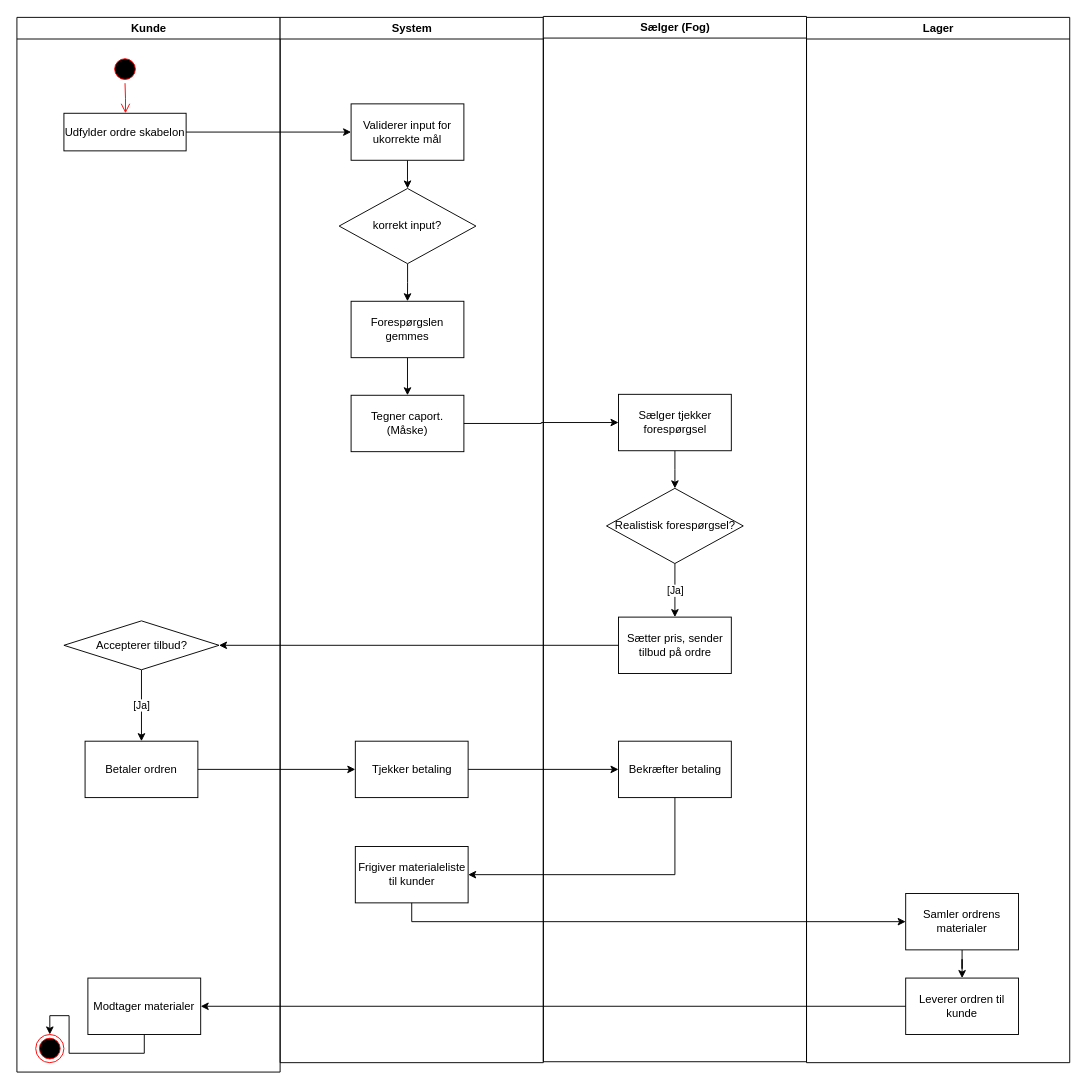
ExTile-crypto/Carport-Cez keeps this draw.io diagram as TO-BEdiagram.drawio. Above is the earlier version. Source tidied: cells renumbered, new cells numbered last; positions are measured from the earlier drawing's top-left corner, leaving out a move shared by most shapes. Both pictures are drawn from the tidied source at 94%, with x=0, y=0 at pixel (16, 16).
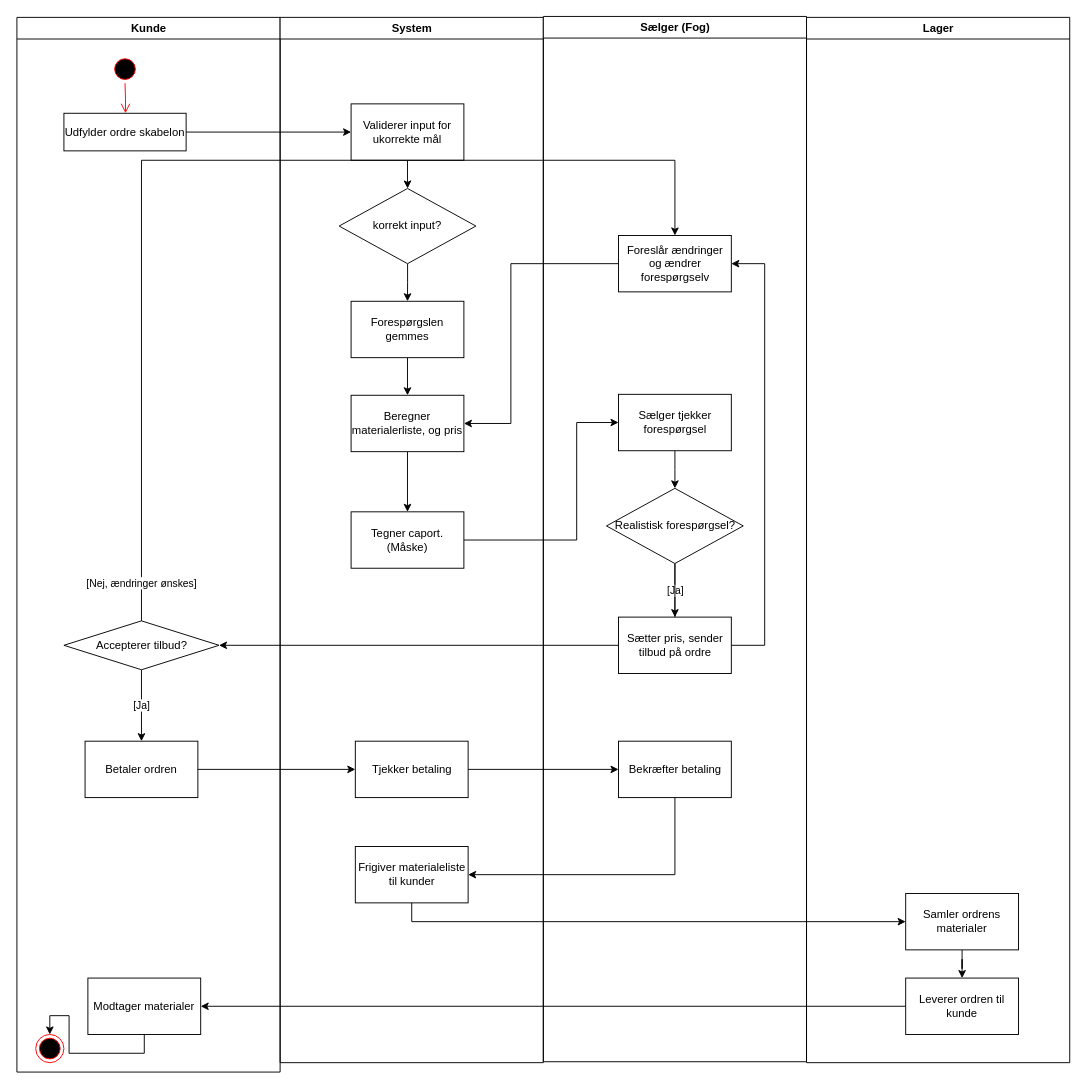
The same page after the edit.

The change refers to these unchanged cells:
```xml
<mxCell id="7" value="Accepterer tilbud?" style="rhombus;whiteSpace=wrap;html=1;shapeInside=1;" parent="2" vertex="1">
  <mxGeometry x="50" y="642" width="165" height="52" as="geometry" />
</mxCell>
<mxCell id="12" value="System" style="swimlane;whiteSpace=wrap;" parent="1" vertex="1">
  <mxGeometry x="280.5" y="1" width="280" height="1112" as="geometry" />
</mxCell>
<mxCell id="18" value="Forespørgslen gemmes" style="whiteSpace=wrap;html=1;" parent="12" vertex="1">
  <mxGeometry x="75.5" y="302" width="120" height="60" as="geometry" />
</mxCell>
<mxCell id="22" value="Sælger (Fog)" style="swimlane;whiteSpace=wrap;startSize=23;" parent="1" vertex="1">
  <mxGeometry x="560.5" width="280" height="1112" as="geometry" />
</mxCell>
<mxCell id="24" value="Sælger tjekker forespørgsel" style="whiteSpace=wrap;html=1;" parent="22" vertex="1">
  <mxGeometry x="80" y="402" width="120" height="60" as="geometry" />
</mxCell>
<mxCell id="26" value="Realistisk forespørgsel?" style="rhombus;whiteSpace=wrap;html=1;shapeInside=1;" parent="22" vertex="1">
  <mxGeometry x="67.2" y="502" width="145.5" height="80" as="geometry" />
</mxCell>
```

The edit, as a diff of the source:
```diff
@@
-    <mxCell id="17" style="edgeStyle=orthogonalEdgeStyle;rounded=0;jettySize=auto;html=1;defaultLabelBackgroundColor=page;labelPadding=0 4;" parent="12" edge="1" source="18" target="19">
-      <mxGeometry relative="1" as="geometry" />
-    </mxCell>
+    <mxCell id="41" style="edgeStyle=orthogonalEdgeStyle;rounded=0;jettySize=auto;html=1;defaultLabelBackgroundColor=page;labelPadding=0 4;" parent="12" edge="1" source="18" target="43">
+      <mxGeometry relative="1" as="geometry" />
+    </mxCell>
@@
     <mxCell id="19" value="&lt;div&gt;Tegner caport. (Måske)&lt;/div&gt;" style="whiteSpace=wrap;html=1;" parent="12" vertex="1">
-      <mxGeometry x="75.5" y="402" width="120" height="60" as="geometry" />
+      <mxGeometry x="75.5" y="526" width="120" height="60" as="geometry" />
     </mxCell>
@@
+    <mxCell id="42" style="edgeStyle=orthogonalEdgeStyle;rounded=0;jettySize=auto;html=1;exitX=0.5;exitY=1;exitDx=0;exitDy=0;entryX=0.5;entryY=0;entryDx=0;entryDy=0;defaultLabelBackgroundColor=page;labelPadding=0 4;" parent="12" edge="1" source="43" target="19">
+      <mxGeometry relative="1" as="geometry" />
+    </mxCell>
+    <mxCell id="43" value="Beregner materialerliste, og pris" style="whiteSpace=wrap;html=1;" parent="12" vertex="1">
+      <mxGeometry x="75.5" y="402" width="120" height="60" as="geometry" />
+    </mxCell>
@@
+    <mxCell id="44" style="edgeStyle=orthogonalEdgeStyle;rounded=0;jettySize=auto;html=1;defaultLabelBackgroundColor=page;labelPadding=0 4;" parent="22" edge="1" source="26" target="45">
+      <mxGeometry x="0.05" relative="1" as="geometry">
+        <Array as="points">
+          <mxPoint x="140.1" y="669" />
+          <mxPoint x="235.5" y="669" />
+          <mxPoint x="235.5" y="263" />
+        </Array>
+      </mxGeometry>
+    </mxCell>
@@
+    <mxCell id="45" value="Foreslår ændringer og ændrer forespørgselv" style="whiteSpace=wrap;html=1;" parent="22" vertex="1">
+      <mxGeometry x="80" y="233" width="120" height="60" as="geometry" />
+    </mxCell>
@@
     <mxCell id="34" style="edgeStyle=orthogonalEdgeStyle;rounded=0;jettySize=auto;html=1;defaultLabelBackgroundColor=page;labelPadding=0 4;" parent="1" edge="1" source="19" target="24">
-      <mxGeometry relative="1" as="geometry" />
+      <mxGeometry relative="1" as="geometry">
+        <Array as="points">
+          <mxPoint x="596" y="557" />
+          <mxPoint x="596" y="432" />
+        </Array>
+      </mxGeometry>
     </mxCell>
@@
+    <mxCell id="46" style="edgeStyle=orthogonalEdgeStyle;rounded=0;jettySize=auto;html=1;exitX=0;exitY=0.5;exitDx=0;exitDy=0;entryX=1;entryY=0.5;entryDx=0;entryDy=0;defaultLabelBackgroundColor=page;labelPadding=0 4;" parent="1" edge="1" source="45" target="43">
+      <mxGeometry relative="1" as="geometry">
+        <Array as="points">
+          <mxPoint x="526" y="263" />
+          <mxPoint x="526" y="433" />
+        </Array>
+      </mxGeometry>
+    </mxCell>
+    <mxCell id="47" value="[Nej, ændringer ønskes]" style="edgeStyle=orthogonalEdgeStyle;rounded=0;jettySize=auto;html=1;exitX=0.5;exitY=0;exitDx=0;exitDy=0;entryX=0.5;entryY=0;entryDx=0;entryDy=0;defaultLabelBackgroundColor=page;labelPadding=0 4;" parent="1" edge="1" source="7" target="45">
+      <mxGeometry x="-0.93" relative="1" as="geometry">
+        <Array as="points">
+          <mxPoint x="133" y="153" />
+          <mxPoint x="700.5" y="153" />
+        </Array>
+      </mxGeometry>
+    </mxCell>
```
